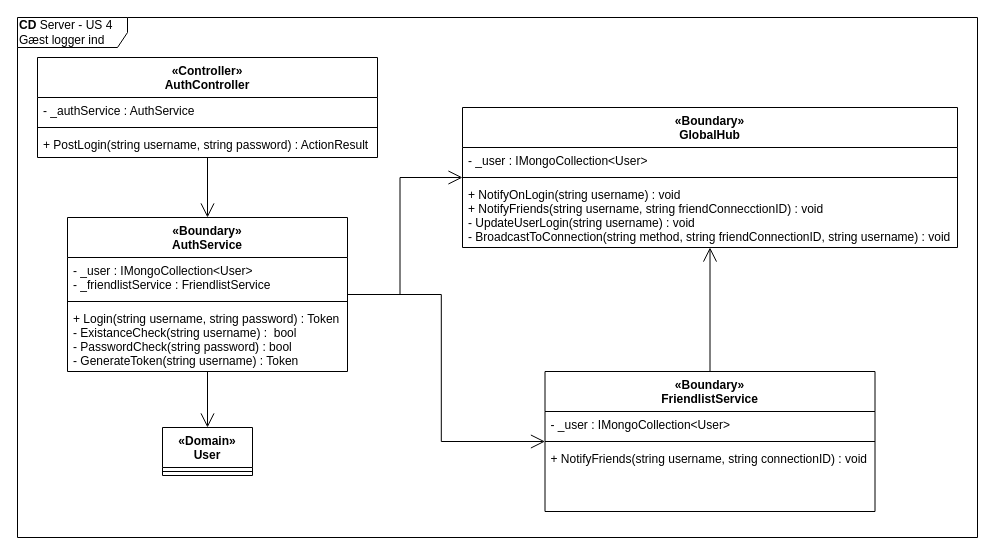
Before: page "CD-Server" (3 of 3) of diagrams/arkitektur/US4_login.drawio in Macradon/I7BAC-PlugNPlay, a draw.io diagram. Source tidied: cells renumbered, new cells numbered last; positions are measured from the earlier drawing's top-left corner, leaving out a move shared by most shapes. Both pictures are drawn from the tidied source at 100%, with x=0, y=0 at pixel (17, 17).
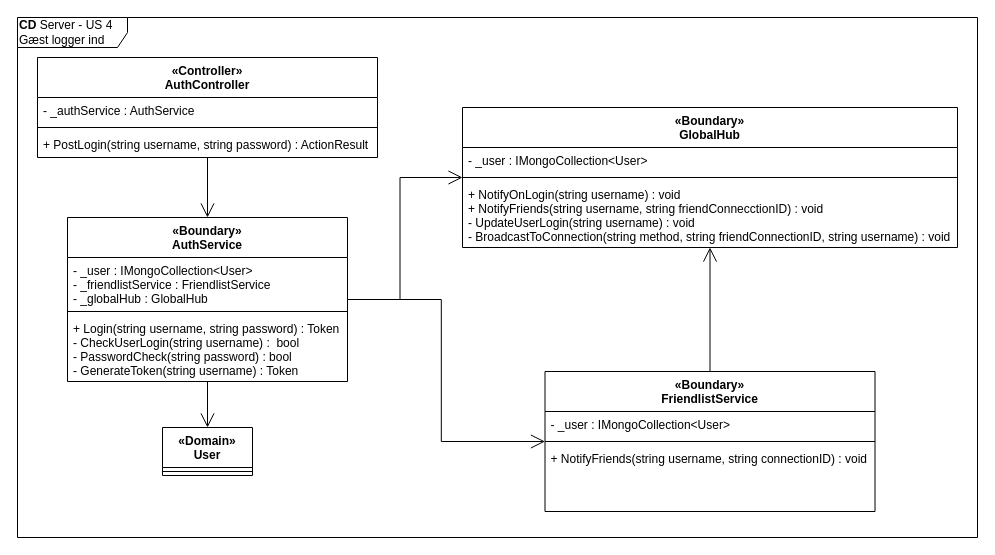
The same diagram, later.

What changed in the source:
```diff
@@
+    <mxCell id="25" value="&lt;b&gt;CD&lt;/b&gt;&amp;nbsp;Server&amp;nbsp;- US 4&lt;br&gt;Gæst logger ind" style="shape=umlFrame;whiteSpace=wrap;html=1;labelBackgroundColor=none;align=left;width=110;height=30;" parent="1" vertex="1">
+      <mxGeometry width="960" height="520" as="geometry" />
+    </mxCell>
@@
     <mxCell id="10" value="«Boundary»&#10;AuthService" style="swimlane;fontStyle=1;align=center;verticalAlign=top;horizontal=1;startSize=40;" parent="1" vertex="1">
-      <mxGeometry x="50" y="200" width="280" height="154" as="geometry" />
+      <mxGeometry x="50" y="200" width="280" height="164" as="geometry" />
     </mxCell>
-    <mxCell id="11" value="- _user : IMongoCollection&lt;User&gt;&#10;- _friendlistService : FriendlistService" style="text;strokeColor=none;fillColor=none;align=left;verticalAlign=top;spacingLeft=4;spacingRight=4;overflow=hidden;" parent="10" vertex="1">
-      <mxGeometry y="40" width="280" height="40" as="geometry" />
+    <mxCell id="11" value="- _user : IMongoCollection&lt;User&gt;&#10;- _friendlistService : FriendlistService&#10;- _globalHub : GlobalHub" style="text;strokeColor=none;fillColor=none;align=left;verticalAlign=top;spacingLeft=4;spacingRight=4;overflow=hidden;" parent="10" vertex="1">
+      <mxGeometry y="40" width="280" height="50" as="geometry" />
     </mxCell>
     <mxCell id="12" style="line;strokeWidth=1;fillColor=none;align=left;verticalAlign=middle;spacingTop=-1;spacingLeft=3;spacingRight=3;labelPosition=right;" parent="10" vertex="1">
-      <mxGeometry y="80" width="280" height="8" as="geometry" />
+      <mxGeometry y="90" width="280" height="8" as="geometry" />
     </mxCell>
-    <mxCell id="13" value="+ Login(string username, string password) : Token&#10;- ExistanceCheck(string username) :  bool&#10;- PasswordCheck(string password) : bool&#10;- GenerateToken(string username) : Token&#10;" style="text;strokeColor=none;fillColor=none;align=left;verticalAlign=top;spacingLeft=4;spacingRight=4;overflow=hidden;" parent="10" vertex="1">
-      <mxGeometry y="88" width="280" height="66" as="geometry" />
+    <mxCell id="13" value="+ Login(string username, string password) : Token&#10;- CheckUserLogin(string username) :  bool&#10;- PasswordCheck(string password) : bool&#10;- GenerateToken(string username) : Token&#10;" style="text;strokeColor=none;fillColor=none;align=left;verticalAlign=top;spacingLeft=4;spacingRight=4;overflow=hidden;" parent="10" vertex="1">
+      <mxGeometry y="98" width="280" height="66" as="geometry" />
     </mxCell>
@@
-    <mxCell id="25" value="&lt;b&gt;CD&lt;/b&gt;&amp;nbsp;Server&amp;nbsp;- US 4&lt;br&gt;Gæst logger ind" style="shape=umlFrame;whiteSpace=wrap;html=1;labelBackgroundColor=none;align=left;width=110;height=30;" parent="1" vertex="1">
-      <mxGeometry width="960" height="520" as="geometry" />
-    </mxCell>
```
